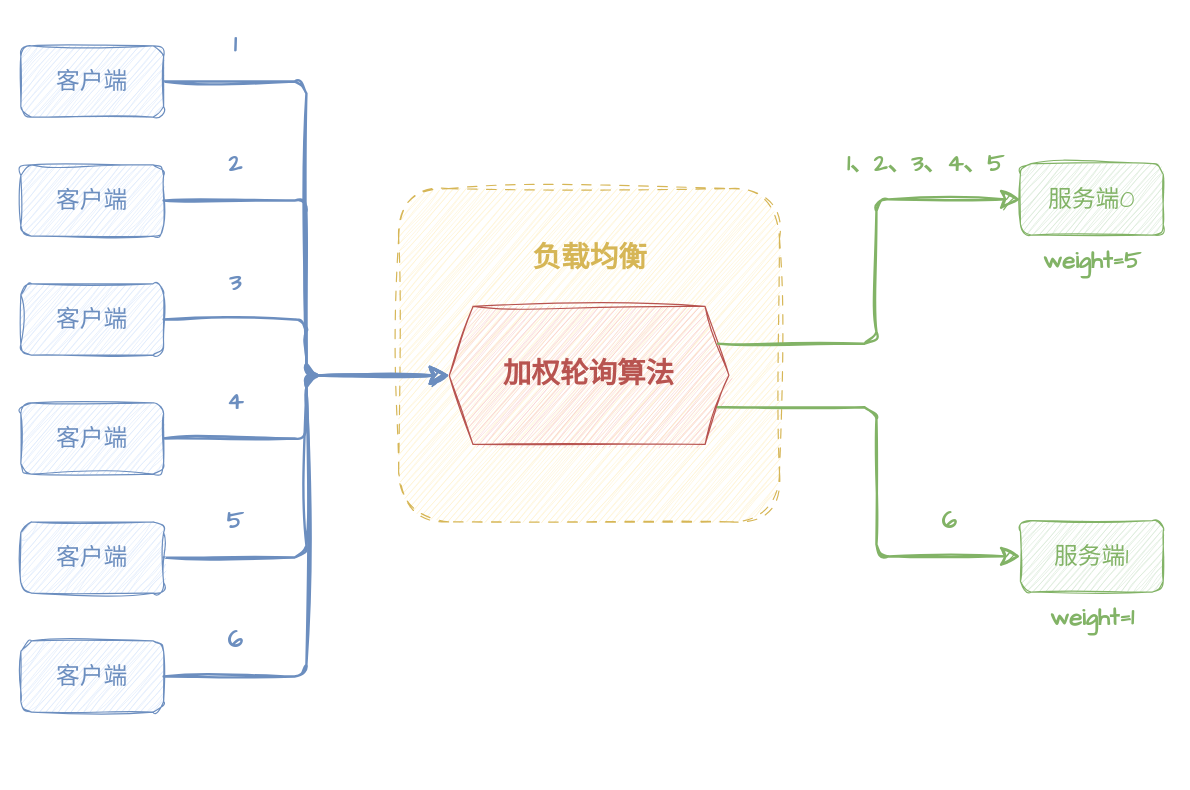
dunwu/waterdrop keeps this draw.io diagram as page "加权轮询" (4 of 14) of assets/分布式/负载均衡算法.drawio. Above is the earlier version. Source tidied: cells renumbered, new cells numbered last; positions are measured from the earlier drawing's top-left corner, leaving out a move shared by most shapes. Both pictures are drawn from the tidied source at 119%, with x=0, y=0 at pixel (20, 20).
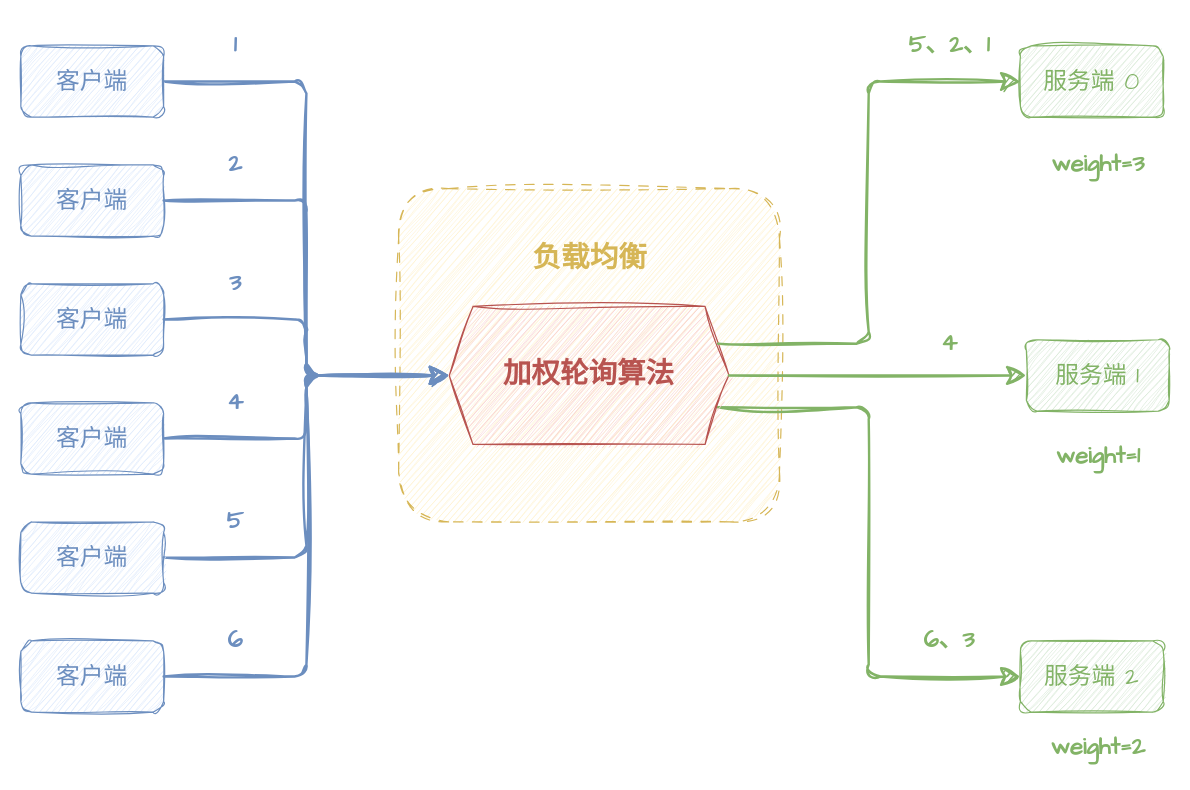
Above is the later version.

Unchanged cells that the change refers to:
```xml
<mxCell id="15" value="加权轮询算法" style="shape=hexagon;perimeter=hexagonPerimeter2;whiteSpace=wrap;html=1;fixedSize=1;sketch=1;hachureGap=4;jiggle=2;curveFitting=1;fontFamily=Comic Sans MS;fontSize=24;fillColor=#f8cecc;strokeColor=#b85450;rounded=0;fontStyle=1;fontColor=#B85450;" parent="1" vertex="1">
  <mxGeometry x="360" y="240" width="235" height="116" as="geometry" />
</mxCell>
```

The edit, as a diff of the source:
```diff
@@
+    <mxCell id="31" style="edgeStyle=orthogonalEdgeStyle;rounded=1;sketch=1;hachureGap=4;jiggle=2;curveFitting=1;jettySize=auto;html=1;exitX=1;exitY=0.75;exitDx=0;exitDy=0;entryX=0;entryY=0.5;entryDx=0;entryDy=0;fontFamily=Architects Daughter;fontSize=16;fillColor=#d5e8d4;strokeColor=#82b366;strokeWidth=2;endSize=12;startSize=12;" parent="1" edge="1" source="15" target="32">
+      <mxGeometry relative="1" as="geometry" />
+    </mxCell>
@@
-    <mxCell id="16" value="服务端1" style="rounded=1;whiteSpace=wrap;html=1;sketch=1;hachureGap=4;jiggle=2;curveFitting=1;fontFamily=Comic Sans MS;fontSize=20;fillColor=#d5e8d4;strokeColor=#82b366;fontColor=#82B366;" parent="1" vertex="1">
-      <mxGeometry x="840" y="420" width="120" height="60" as="geometry" />
+    <mxCell id="16" value="服务端 1" style="rounded=1;whiteSpace=wrap;html=1;sketch=1;hachureGap=4;jiggle=2;curveFitting=1;fontFamily=Comic Sans MS;fontSize=20;fillColor=#d5e8d4;strokeColor=#82b366;fontColor=#82B366;" parent="1" vertex="1">
+      <mxGeometry x="845" y="268" width="120" height="60" as="geometry" />
     </mxCell>
-    <mxCell id="17" style="edgeStyle=orthogonalEdgeStyle;rounded=1;sketch=1;hachureGap=4;jiggle=2;curveFitting=1;jettySize=auto;html=1;exitX=1;exitY=0.75;exitDx=0;exitDy=0;entryX=0;entryY=0.5;entryDx=0;entryDy=0;fontFamily=Comic Sans MS;fontSize=16;fillColor=#d5e8d4;strokeColor=#82b366;strokeWidth=2;targetPerimeterSpacing=0;endSize=12;startSize=12;" parent="1" edge="1" source="15" target="16">
-      <mxGeometry relative="1" as="geometry">
-        <Array as="points">
-          <mxPoint x="719" y="325" />
-          <mxPoint x="719" y="450" />
-        </Array>
-      </mxGeometry>
+    <mxCell id="17" style="edgeStyle=orthogonalEdgeStyle;rounded=1;sketch=1;hachureGap=4;jiggle=2;curveFitting=1;jettySize=auto;html=1;exitX=1;exitY=0.5;exitDx=0;exitDy=0;entryX=0;entryY=0.5;entryDx=0;entryDy=0;fontFamily=Comic Sans MS;fontSize=16;fillColor=#d5e8d4;strokeColor=#82b366;strokeWidth=2;targetPerimeterSpacing=0;endSize=12;startSize=12;" parent="1" edge="1" source="15" target="16">
+      <mxGeometry relative="1" as="geometry" />
     </mxCell>
-    <mxCell id="18" value="服务端0" style="rounded=1;whiteSpace=wrap;html=1;sketch=1;hachureGap=4;jiggle=2;curveFitting=1;fontFamily=Comic Sans MS;fontSize=20;fillColor=#d5e8d4;strokeColor=#82b366;fontColor=#82B366;" parent="1" vertex="1">
-      <mxGeometry x="840" y="120" width="120" height="60" as="geometry" />
+    <mxCell id="18" value="服务端 0" style="rounded=1;whiteSpace=wrap;html=1;sketch=1;hachureGap=4;jiggle=2;curveFitting=1;fontFamily=Comic Sans MS;fontSize=20;fillColor=#d5e8d4;strokeColor=#82b366;fontColor=#82B366;" parent="1" vertex="1">
+      <mxGeometry x="840" y="21" width="120" height="60" as="geometry" />
     </mxCell>
     <mxCell id="19" style="edgeStyle=orthogonalEdgeStyle;rounded=1;sketch=1;hachureGap=4;jiggle=2;curveFitting=1;jettySize=auto;html=1;exitX=1;exitY=0.25;exitDx=0;exitDy=0;entryX=0;entryY=0.5;entryDx=0;entryDy=0;fontFamily=Comic Sans MS;fontSize=16;fillColor=#d5e8d4;strokeColor=#82b366;strokeWidth=2;targetPerimeterSpacing=0;endSize=12;startSize=12;" parent="1" edge="1" source="15" target="18">
-      <mxGeometry relative="1" as="geometry">
-        <Array as="points">
-          <mxPoint x="719" y="271" />
-          <mxPoint x="719" y="150" />
-        </Array>
-      </mxGeometry>
+      <mxGeometry relative="1" as="geometry" />
     </mxCell>
@@
-    <mxCell id="26" value="1、2、3、4、5" style="text;html=1;align=center;verticalAlign=middle;strokeColor=none;fillColor=none;fontSize=20;fontFamily=Comic Sans MS;fontStyle=1;fontColor=#82B366;" parent="1" vertex="1">
-      <mxGeometry x="680" y="100" width="160" height="40" as="geometry" />
+    <mxCell id="26" value="5、2、1" style="text;html=1;align=center;verticalAlign=middle;strokeColor=none;fillColor=none;fontSize=20;fontFamily=Comic Sans MS;fontStyle=1;fontColor=#82B366;" parent="1" vertex="1">
+      <mxGeometry x="730" width="100" height="40" as="geometry" />
     </mxCell>
-    <mxCell id="27" value="6" style="text;html=1;align=center;verticalAlign=middle;strokeColor=none;fillColor=none;fontSize=20;fontFamily=Comic Sans MS;fontStyle=1;fontColor=#82B366;" parent="1" vertex="1">
-      <mxGeometry x="760" y="400" width="40" height="40" as="geometry" />
-    </mxCell>
-    <mxCell id="28" value="weight=5" style="text;html=1;align=center;verticalAlign=middle;strokeColor=none;fillColor=none;fontSize=20;fontFamily=Comic Sans MS;fontStyle=1;fontColor=#82B366;" parent="1" vertex="1">
-      <mxGeometry x="845" y="181" width="110" height="40" as="geometry" />
+    <mxCell id="28" value="weight=3" style="text;html=1;align=center;verticalAlign=middle;strokeColor=none;fillColor=none;fontSize=20;fontFamily=Comic Sans MS;fontStyle=1;fontColor=#82B366;" parent="1" vertex="1">
+      <mxGeometry x="850" y="100" width="110" height="40" as="geometry" />
     </mxCell>
     <mxCell id="29" value="weight=1" style="text;html=1;align=center;verticalAlign=middle;strokeColor=none;fillColor=none;fontSize=20;fontFamily=Comic Sans MS;fontStyle=1;fontColor=#82B366;" parent="1" vertex="1">
-      <mxGeometry x="845" y="481" width="110" height="40" as="geometry" />
+      <mxGeometry x="850" y="345" width="110" height="40" as="geometry" />
     </mxCell>
@@
+    <mxCell id="32" value="服务端 2" style="rounded=1;whiteSpace=wrap;html=1;sketch=1;hachureGap=4;jiggle=2;curveFitting=1;fontFamily=Comic Sans MS;fontSize=20;fillColor=#d5e8d4;strokeColor=#82b366;fontColor=#82B366;" parent="1" vertex="1">
+      <mxGeometry x="840" y="521" width="120" height="60" as="geometry" />
+    </mxCell>
+    <mxCell id="33" value="weight=2" style="text;html=1;align=center;verticalAlign=middle;strokeColor=none;fillColor=none;fontSize=20;fontFamily=Comic Sans MS;fontStyle=1;fontColor=#82B366;" parent="1" vertex="1">
+      <mxGeometry x="850" y="590" width="110" height="40" as="geometry" />
+    </mxCell>
+    <mxCell id="34" value="4" style="text;html=1;align=center;verticalAlign=middle;strokeColor=none;fillColor=none;fontSize=20;fontFamily=Comic Sans MS;fontStyle=1;fontColor=#82B366;" parent="1" vertex="1">
+      <mxGeometry x="760" y="250" width="40" height="40" as="geometry" />
+    </mxCell>
+    <mxCell id="35" value="6、3" style="text;html=1;align=center;verticalAlign=middle;strokeColor=none;fillColor=none;fontSize=20;fontFamily=Comic Sans MS;fontStyle=1;fontColor=#82B366;" parent="1" vertex="1">
+      <mxGeometry x="745" y="500" width="70" height="40" as="geometry" />
+    </mxCell>
```
